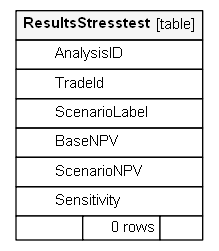
Above: docs/schemaDoc/diagrams/orphans/ResultsStresstest.1degree.png in rkapl123/OreControl (Graphviz), before the change. Its source is kept beside it as docs/schemaDoc/diagrams/orphans/ResultsStresstest.1degree.dot. The source it was exported from:
```dot
digraph "ResultsStresstest" {
  graph [
    rankdir="RL"
    bgcolor="#ffffff"
    nodesep="0.18"
    ranksep="0.46"
    fontname="Helvetica"
    fontsize="11"
    ration="compress"
  ];
  node [
    fontname="Helvetica"
    fontsize="11"
    shape="plaintext"
  ];
  edge [
    arrowsize="0.8"
  ];
  "ResultsStresstest" [
   label=<
    <TABLE BORDER="0" CELLBORDER="1" CELLSPACING="0" BGCOLOR="#ffffff">
      <TR><TD COLSPAN="3"  BGCOLOR="#f5f5f5"><TABLE BORDER="0" CELLSPACING="0"><TR><TD ALIGN="LEFT"><B>ResultsStresstest</B></TD><TD ALIGN="RIGHT">[table]</TD></TR></TABLE></TD></TR>
      <TR><TD PORT="AnalysisID" COLSPAN="3" ALIGN="LEFT"><TABLE BORDER="0" CELLSPACING="0" ALIGN="LEFT"><TR ALIGN="LEFT"><TD ALIGN="LEFT" FIXEDSIZE="TRUE" WIDTH="15" HEIGHT="16"></TD><TD ALIGN="LEFT" FIXEDSIZE="TRUE" WIDTH="101" HEIGHT="16">AnalysisID</TD></TR></TABLE></TD></TR>
      <TR><TD PORT="TradeId" COLSPAN="3" ALIGN="LEFT"><TABLE BORDER="0" CELLSPACING="0" ALIGN="LEFT"><TR ALIGN="LEFT"><TD ALIGN="LEFT" FIXEDSIZE="TRUE" WIDTH="15" HEIGHT="16"></TD><TD ALIGN="LEFT" FIXEDSIZE="TRUE" WIDTH="101" HEIGHT="16">TradeId</TD></TR></TABLE></TD></TR>
      <TR><TD PORT="ScenarioLabel" COLSPAN="3" ALIGN="LEFT"><TABLE BORDER="0" CELLSPACING="0" ALIGN="LEFT"><TR ALIGN="LEFT"><TD ALIGN="LEFT" FIXEDSIZE="TRUE" WIDTH="15" HEIGHT="16"></TD><TD ALIGN="LEFT" FIXEDSIZE="TRUE" WIDTH="101" HEIGHT="16">ScenarioLabel</TD></TR></TABLE></TD></TR>
      <TR><TD PORT="BaseNPV" COLSPAN="3" ALIGN="LEFT"><TABLE BORDER="0" CELLSPACING="0" ALIGN="LEFT"><TR ALIGN="LEFT"><TD ALIGN="LEFT" FIXEDSIZE="TRUE" WIDTH="15" HEIGHT="16"></TD><TD ALIGN="LEFT" FIXEDSIZE="TRUE" WIDTH="101" HEIGHT="16">BaseNPV</TD></TR></TABLE></TD></TR>
      <TR><TD PORT="ScenarioNPV" COLSPAN="3" ALIGN="LEFT"><TABLE BORDER="0" CELLSPACING="0" ALIGN="LEFT"><TR ALIGN="LEFT"><TD ALIGN="LEFT" FIXEDSIZE="TRUE" WIDTH="15" HEIGHT="16"></TD><TD ALIGN="LEFT" FIXEDSIZE="TRUE" WIDTH="101" HEIGHT="16">ScenarioNPV</TD></TR></TABLE></TD></TR>
      <TR><TD PORT="Sensitivity" COLSPAN="3" ALIGN="LEFT"><TABLE BORDER="0" CELLSPACING="0" ALIGN="LEFT"><TR ALIGN="LEFT"><TD ALIGN="LEFT" FIXEDSIZE="TRUE" WIDTH="15" HEIGHT="16"></TD><TD ALIGN="LEFT" FIXEDSIZE="TRUE" WIDTH="101" HEIGHT="16">Sensitivity</TD></TR></TABLE></TD></TR>
      <TR><TD ALIGN="LEFT" BGCOLOR="#ffffff">  </TD><TD ALIGN="RIGHT" BGCOLOR="#ffffff">0 rows</TD><TD ALIGN="RIGHT" BGCOLOR="#ffffff">  </TD></TR>
    </TABLE>>
    URL="tables/ResultsStresstest.html"
    tooltip="ResultsStresstest"
  ];
}
```
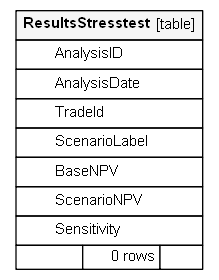
After the commit.

Change to the diagram source:
```diff
@@ -21,6 +21,7 @@
     <TABLE BORDER="0" CELLBORDER="1" CELLSPACING="0" BGCOLOR="#ffffff">
       <TR><TD COLSPAN="3"  BGCOLOR="#f5f5f5"><TABLE BORDER="0" CELLSPACING="0"><TR><TD ALIGN="LEFT"><B>ResultsStresstest</B></TD><TD ALIGN="RIGHT">[table]</TD></TR></TABLE></TD></TR>
       <TR><TD PORT="AnalysisID" COLSPAN="3" ALIGN="LEFT"><TABLE BORDER="0" CELLSPACING="0" ALIGN="LEFT"><TR ALIGN="LEFT"><TD ALIGN="LEFT" FIXEDSIZE="TRUE" WIDTH="15" HEIGHT="16"></TD><TD ALIGN="LEFT" FIXEDSIZE="TRUE" WIDTH="101" HEIGHT="16">AnalysisID</TD></TR></TABLE></TD></TR>
+      <TR><TD PORT="AnalysisDate" COLSPAN="3" ALIGN="LEFT"><TABLE BORDER="0" CELLSPACING="0" ALIGN="LEFT"><TR ALIGN="LEFT"><TD ALIGN="LEFT" FIXEDSIZE="TRUE" WIDTH="15" HEIGHT="16"></TD><TD ALIGN="LEFT" FIXEDSIZE="TRUE" WIDTH="101" HEIGHT="16">AnalysisDate</TD></TR></TABLE></TD></TR>
       <TR><TD PORT="TradeId" COLSPAN="3" ALIGN="LEFT"><TABLE BORDER="0" CELLSPACING="0" ALIGN="LEFT"><TR ALIGN="LEFT"><TD ALIGN="LEFT" FIXEDSIZE="TRUE" WIDTH="15" HEIGHT="16"></TD><TD ALIGN="LEFT" FIXEDSIZE="TRUE" WIDTH="101" HEIGHT="16">TradeId</TD></TR></TABLE></TD></TR>
       <TR><TD PORT="ScenarioLabel" COLSPAN="3" ALIGN="LEFT"><TABLE BORDER="0" CELLSPACING="0" ALIGN="LEFT"><TR ALIGN="LEFT"><TD ALIGN="LEFT" FIXEDSIZE="TRUE" WIDTH="15" HEIGHT="16"></TD><TD ALIGN="LEFT" FIXEDSIZE="TRUE" WIDTH="101" HEIGHT="16">ScenarioLabel</TD></TR></TABLE></TD></TR>
       <TR><TD PORT="BaseNPV" COLSPAN="3" ALIGN="LEFT"><TABLE BORDER="0" CELLSPACING="0" ALIGN="LEFT"><TR ALIGN="LEFT"><TD ALIGN="LEFT" FIXEDSIZE="TRUE" WIDTH="15" HEIGHT="16"></TD><TD ALIGN="LEFT" FIXEDSIZE="TRUE" WIDTH="101" HEIGHT="16">BaseNPV</TD></TR></TABLE></TD></TR>
```
